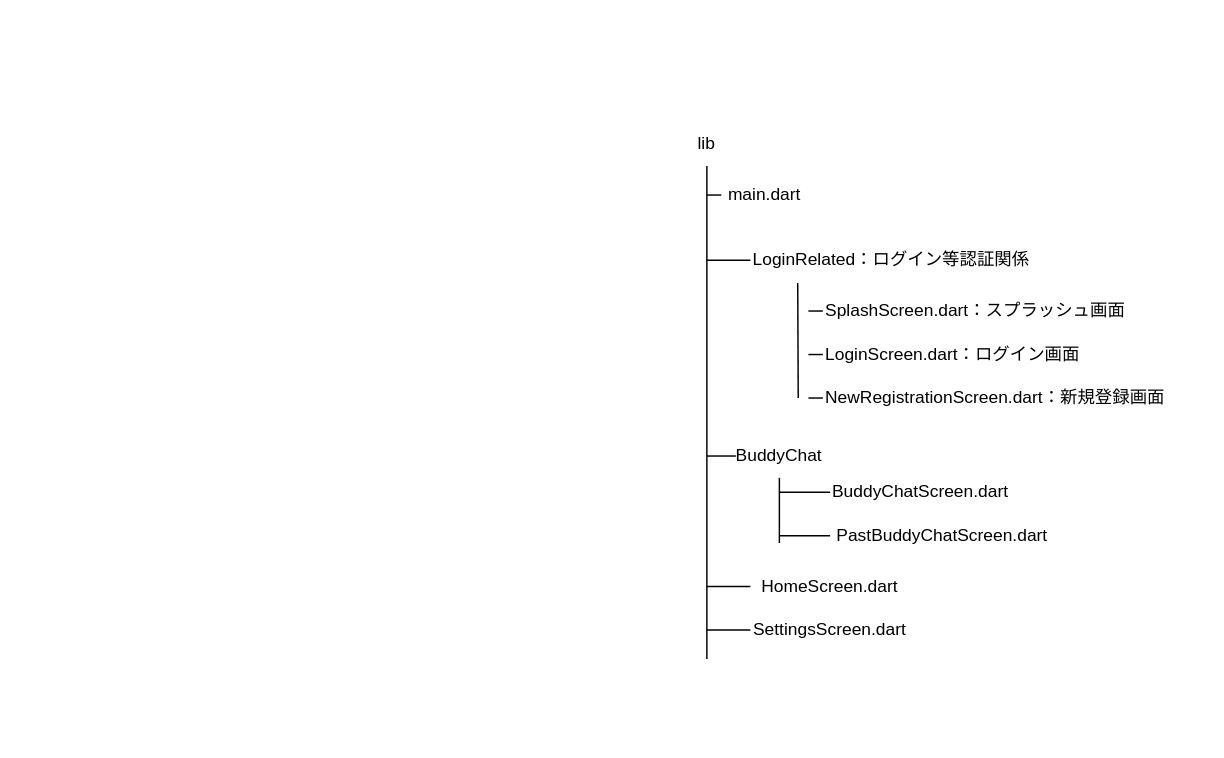
Earlier version of the draw.io diagram page "フォルダ・ファイル構造" (1 of 2) of Diagrams/DesignPhase.drawio (hiroyuki00889/ALL-AIBOX). Source tidied: cells renumbered, new cells numbered last; positions are measured from the earlier drawing's top-left corner, leaving out a move shared by most shapes. Both pictures are drawn from the tidied source at 145%, with x=0, y=0 at pixel (663, 122).
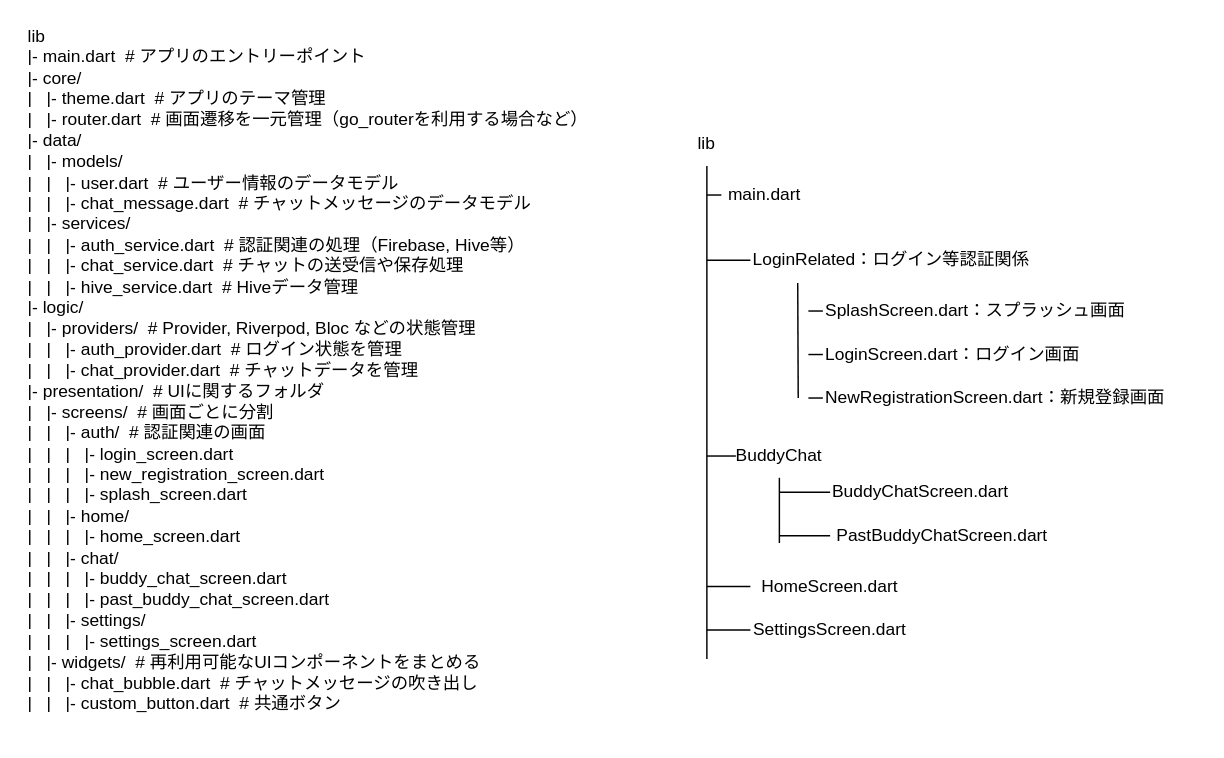
The same page after the edit.

The edit, as a diff of the source:
```diff
@@
+    <mxCell id="26" value="&lt;div&gt;&lt;font color=&quot;#000000&quot;&gt;lib&lt;/font&gt;&lt;/div&gt;&lt;div&gt;&lt;font color=&quot;#000000&quot;&gt;|- main.dart&amp;nbsp; # アプリのエントリーポイント&lt;/font&gt;&lt;/div&gt;&lt;div&gt;&lt;font color=&quot;#000000&quot;&gt;|- core/&amp;nbsp;&amp;nbsp;&lt;/font&gt;&lt;/div&gt;&lt;div&gt;&lt;font color=&quot;#000000&quot;&gt;|&amp;nbsp; &amp;nbsp;|- theme.dart&amp;nbsp; # アプリのテーマ管理&lt;/font&gt;&lt;/div&gt;&lt;div&gt;&lt;font color=&quot;#000000&quot;&gt;|&amp;nbsp; &amp;nbsp;|- router.dart&amp;nbsp; # 画面遷移を一元管理（go_routerを利用する場合など）&lt;/font&gt;&lt;/div&gt;&lt;div&gt;&lt;font color=&quot;#000000&quot;&gt;|- data/&amp;nbsp;&amp;nbsp;&lt;/font&gt;&lt;/div&gt;&lt;div&gt;&lt;font color=&quot;#000000&quot;&gt;|&amp;nbsp; &amp;nbsp;|- models/&amp;nbsp;&amp;nbsp;&lt;/font&gt;&lt;/div&gt;&lt;div&gt;&lt;font color=&quot;#000000&quot;&gt;|&amp;nbsp; &amp;nbsp;|&amp;nbsp; &amp;nbsp;|- user.dart&amp;nbsp; # ユーザー情報のデータモデル&lt;/font&gt;&lt;/div&gt;&lt;div&gt;&lt;font color=&quot;#000000&quot;&gt;|&amp;nbsp; &amp;nbsp;|&amp;nbsp; &amp;nbsp;|- chat_message.dart&amp;nbsp; # チャットメッセージのデータモデル&lt;/font&gt;&lt;/div&gt;&lt;div&gt;&lt;font color=&quot;#000000&quot;&gt;|&amp;nbsp; &amp;nbsp;|- services/&amp;nbsp;&amp;nbsp;&lt;/font&gt;&lt;/div&gt;&lt;div&gt;&lt;font color=&quot;#000000&quot;&gt;|&amp;nbsp; &amp;nbsp;|&amp;nbsp; &amp;nbsp;|- auth_service.dart&amp;nbsp; # 認証関連の処理（Firebase, Hive等）&lt;/font&gt;&lt;/div&gt;&lt;div&gt;&lt;font color=&quot;#000000&quot;&gt;|&amp;nbsp; &amp;nbsp;|&amp;nbsp; &amp;nbsp;|- chat_service.dart&amp;nbsp; # チャットの送受信や保存処理&lt;/font&gt;&lt;/div&gt;&lt;div&gt;&lt;font color=&quot;#000000&quot;&gt;|&amp;nbsp; &amp;nbsp;|&amp;nbsp; &amp;nbsp;|- hive_service.dart&amp;nbsp; # Hiveデータ管理&lt;/font&gt;&lt;/div&gt;&lt;div&gt;&lt;font color=&quot;#000000&quot;&gt;|- logic/&amp;nbsp;&amp;nbsp;&lt;/font&gt;&lt;/div&gt;&lt;div&gt;&lt;font color=&quot;#000000&quot;&gt;|&amp;nbsp; &amp;nbsp;|- providers/&amp;nbsp; # Provider, Riverpod, Bloc などの状態管理&lt;/font&gt;&lt;/div&gt;&lt;div&gt;&lt;font color=&quot;#000000&quot;&gt;|&amp;nbsp; &amp;nbsp;|&amp;nbsp; &amp;nbsp;|- auth_provider.dart&amp;nbsp; # ログイン状態を管理&lt;/font&gt;&lt;/div&gt;&lt;div&gt;&lt;font color=&quot;#000000&quot;&gt;|&amp;nbsp; &amp;nbsp;|&amp;nbsp; &amp;nbsp;|- chat_provider.dart&amp;nbsp; # チャットデータを管理&lt;/font&gt;&lt;/div&gt;&lt;div&gt;&lt;font color=&quot;#000000&quot;&gt;|- presentation/&amp;nbsp; # UIに関するフォルダ&lt;/font&gt;&lt;/div&gt;&lt;div&gt;&lt;font color=&quot;#000000&quot;&gt;|&amp;nbsp; &amp;nbsp;|- screens/&amp;nbsp; # 画面ごとに分割&lt;/font&gt;&lt;/div&gt;&lt;div&gt;&lt;font color=&quot;#000000&quot;&gt;|&amp;nbsp; &amp;nbsp;|&amp;nbsp; &amp;nbsp;|- auth/&amp;nbsp; # 認証関連の画面&lt;/font&gt;&lt;/div&gt;&lt;div&gt;&lt;font color=&quot;#000000&quot;&gt;|&amp;nbsp; &amp;nbsp;|&amp;nbsp; &amp;nbsp;|&amp;nbsp; &amp;nbsp;|- login_screen.dart&amp;nbsp;&amp;nbsp;&lt;/font&gt;&lt;/div&gt;&lt;div&gt;&lt;font color=&quot;#000000&quot;&gt;|&amp;nbsp; &amp;nbsp;|&amp;nbsp; &amp;nbsp;|&amp;nbsp; &amp;nbsp;|- new_registration_screen.dart&amp;nbsp;&amp;nbsp;&lt;/font&gt;&lt;/div&gt;&lt;div&gt;&lt;font color=&quot;#000000&quot;&gt;|&amp;nbsp; &amp;nbsp;|&amp;nbsp; &amp;nbsp;|&amp;nbsp; &amp;nbsp;|- splash_screen.dart&amp;nbsp;&amp;nbsp;&lt;/font&gt;&lt;/div&gt;&lt;div&gt;&lt;font color=&quot;#000000&quot;&gt;|&amp;nbsp; &amp;nbsp;|&amp;nbsp; &amp;nbsp;|- home/&amp;nbsp;&amp;nbsp;&lt;/font&gt;&lt;/div&gt;&lt;div&gt;&lt;font color=&quot;#000000&quot;&gt;|&amp;nbsp; &amp;nbsp;|&amp;nbsp; &amp;nbsp;|&amp;nbsp; &amp;nbsp;|- home_screen.dart&amp;nbsp;&amp;nbsp;&lt;/font&gt;&lt;/div&gt;&lt;div&gt;&lt;font color=&quot;#000000&quot;&gt;|&amp;nbsp; &amp;nbsp;|&amp;nbsp; &amp;nbsp;|- chat/&amp;nbsp;&amp;nbsp;&lt;/font&gt;&lt;/div&gt;&lt;div&gt;&lt;font color=&quot;#000000&quot;&gt;|&amp;nbsp; &amp;nbsp;|&amp;nbsp; &amp;nbsp;|&amp;nbsp; &amp;nbsp;|- buddy_chat_screen.dart&amp;nbsp;&amp;nbsp;&lt;/font&gt;&lt;/div&gt;&lt;div&gt;&lt;font color=&quot;#000000&quot;&gt;|&amp;nbsp; &amp;nbsp;|&amp;nbsp; &amp;nbsp;|&amp;nbsp; &amp;nbsp;|- past_buddy_chat_screen.dart&amp;nbsp;&amp;nbsp;&lt;/font&gt;&lt;/div&gt;&lt;div&gt;&lt;font color=&quot;#000000&quot;&gt;|&amp;nbsp; &amp;nbsp;|&amp;nbsp; &amp;nbsp;|- settings/&amp;nbsp;&amp;nbsp;&lt;/font&gt;&lt;/div&gt;&lt;div&gt;&lt;font color=&quot;#000000&quot;&gt;|&amp;nbsp; &amp;nbsp;|&amp;nbsp; &amp;nbsp;|&amp;nbsp; &amp;nbsp;|- settings_screen.dart&amp;nbsp;&amp;nbsp;&lt;/font&gt;&lt;/div&gt;&lt;div&gt;&lt;font color=&quot;#000000&quot;&gt;|&amp;nbsp; &amp;nbsp;|- widgets/&amp;nbsp; # 再利用可能なUIコンポーネントをまとめる&lt;/font&gt;&lt;/div&gt;&lt;div&gt;&lt;font color=&quot;#000000&quot;&gt;|&amp;nbsp; &amp;nbsp;|&amp;nbsp; &amp;nbsp;|- chat_bubble.dart&amp;nbsp; # チャットメッセージの吹き出し&lt;/font&gt;&lt;/div&gt;&lt;div&gt;&lt;font color=&quot;#000000&quot;&gt;|&amp;nbsp; &amp;nbsp;|&amp;nbsp; &amp;nbsp;|- custom_button.dart&amp;nbsp; # 共通ボタン&lt;/font&gt;&lt;/div&gt;&lt;div&gt;&lt;br&gt;&lt;/div&gt;" style="text;html=1;align=left;verticalAlign=middle;whiteSpace=wrap;rounded=0;" parent="1" vertex="1">
+      <mxGeometry x="-440" y="-60" width="420" height="475" as="geometry" />
+    </mxCell>
```
